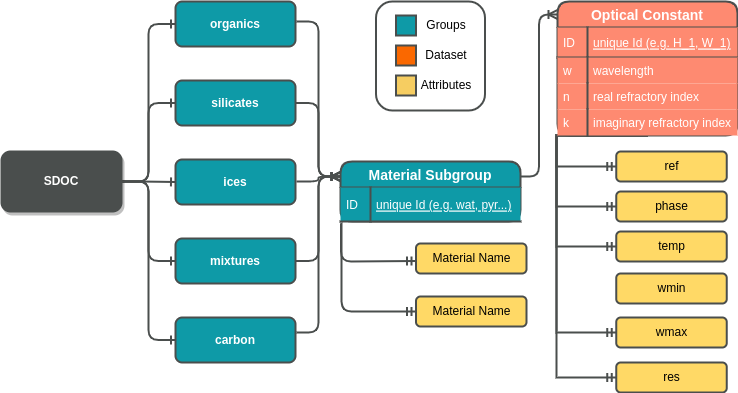
This is docs/images/sdoc.png from cana-asteroids/sdoc, a draw.io export, as it was before one commit. Source tidied: cells renumbered, new cells last; positions are measured from the earlier drawing's top-left corner, leaving out a move shared by most shapes.
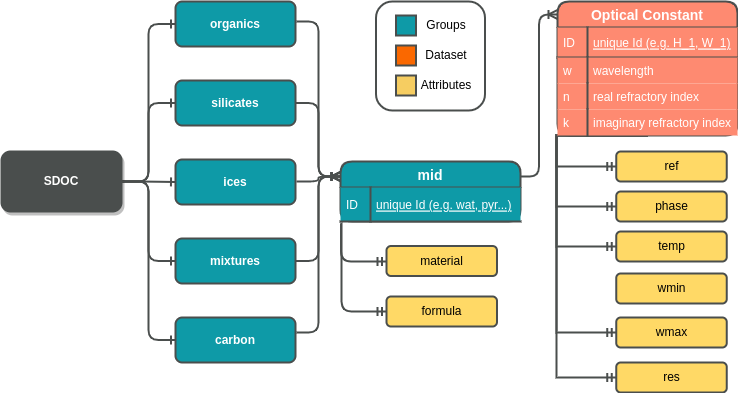
Later version of the same file.

What changed in the source:
```diff
@@ -69,7 +69,7 @@
         </Array>
       </mxGeometry>
     </mxCell>
-    <mxCell id="21" value="Material Subgroup" style="swimlane;fontStyle=1;horizontal=1;startSize=26;align=center;fontSize=14;fillColor=#0E9AA7;strokeColor=#4A4E4D;fontColor=#ffffff;rounded=1;strokeWidth=2;" parent="1" vertex="1">
+    <mxCell id="21" value="mid" style="swimlane;fontStyle=1;horizontal=1;startSize=26;align=center;fontSize=14;fillColor=#0E9AA7;strokeColor=#4A4E4D;fontColor=#ffffff;rounded=1;strokeWidth=2;" parent="1" vertex="1">
       <mxGeometry x="339" y="160" width="180" height="60" as="geometry" />
     </mxCell>
     <mxCell id="22" value="unique Id (e.g. wat, pyr...)" style="shape=partialRectangle;top=0;left=0;right=0;bottom=1;align=left;verticalAlign=middle;fillColor=#0e9aa7;spacingLeft=34;spacingRight=4;overflow=hidden;points=[[0,0.5],[1,0.5]];portConstraint=eastwest;fontStyle=4;fontSize=12;strokeColor=#4A4E4D;shadow=0;perimeterSpacing=0;strokeWidth=2;fontColor=#FFFFFF;" parent="21" vertex="1">
@@ -147,29 +147,29 @@
     <mxCell id="41" style="edgeStyle=elbowEdgeStyle;rounded=1;jettySize=auto;html=1;entryX=0;entryY=0.5;entryDx=0;entryDy=0;endArrow=ERone;endFill=0;strokeColor=#4A4E4D;strokeWidth=2;exitX=1;exitY=0.5;exitDx=0;exitDy=0;" parent="1" edge="1" source="7" target="38">
       <mxGeometry relative="1" as="geometry" />
     </mxCell>
-    <mxCell id="42" style="edgeStyle=elbowEdgeStyle;fontSize=12;html=1;endArrow=none;startArrow=ERmandOne;exitX=0;exitY=0.5;exitDx=0;exitDy=0;elbow=vertical;endFill=0;startFill=0;strokeColor=#4A4E4D;strokeWidth=2;entryX=0.006;entryY=1.029;entryDx=0;entryDy=0;entryPerimeter=0;" parent="1" edge="1" target="22">
+    <mxCell id="42" style="edgeStyle=elbowEdgeStyle;fontSize=12;html=1;endArrow=none;startArrow=ERmandOne;elbow=vertical;endFill=0;startFill=0;strokeColor=#4A4E4D;strokeWidth=2;entryX=0.006;entryY=1.029;entryDx=0;entryDy=0;entryPerimeter=0;" parent="1" edge="1" target="22">
       <mxGeometry relative="1" as="geometry">
-        <mxPoint x="414.5" y="310" as="sourcePoint" />
+        <mxPoint x="385" y="310" as="sourcePoint" />
         <Array as="points">
           <mxPoint x="375" y="310" />
           <mxPoint x="385" y="270" />
         </Array>
       </mxGeometry>
     </mxCell>
-    <mxCell id="43" style="edgeStyle=elbowEdgeStyle;fontSize=12;html=1;endArrow=none;startArrow=ERmandOne;exitX=0;exitY=0.5;exitDx=0;exitDy=0;elbow=vertical;endFill=0;startFill=0;strokeColor=#4A4E4D;strokeWidth=2;entryX=0.003;entryY=1.059;entryDx=0;entryDy=0;entryPerimeter=0;" parent="1" edge="1" target="22">
+    <mxCell id="43" style="edgeStyle=elbowEdgeStyle;fontSize=12;html=1;endArrow=none;startArrow=ERmandOne;elbow=vertical;endFill=0;startFill=0;strokeColor=#4A4E4D;strokeWidth=2;entryX=0.003;entryY=1.059;entryDx=0;entryDy=0;entryPerimeter=0;" parent="1" edge="1" target="22">
       <mxGeometry relative="1" as="geometry">
-        <mxPoint x="414.5" y="259.5" as="sourcePoint" />
+        <mxPoint x="385" y="260" as="sourcePoint" />
         <Array as="points">
           <mxPoint x="365" y="260" />
           <mxPoint x="395" y="280" />
         </Array>
       </mxGeometry>
     </mxCell>
-    <mxCell id="44" value="Material Name" style="rounded=1;whiteSpace=wrap;html=1;strokeWidth=2;strokeColor=#4A4E4D;fillColor=#FFD966;" parent="1" vertex="1">
-      <mxGeometry x="414.5" y="242" width="110.5" height="30" as="geometry" />
+    <mxCell id="44" value="material" style="rounded=1;whiteSpace=wrap;html=1;strokeWidth=2;strokeColor=#4A4E4D;fillColor=#FFD966;" parent="1" vertex="1">
+      <mxGeometry x="385" y="244.5" width="110.5" height="30" as="geometry" />
     </mxCell>
-    <mxCell id="45" value="Material Name" style="rounded=1;whiteSpace=wrap;html=1;strokeWidth=2;strokeColor=#4A4E4D;fillColor=#FFD966;" parent="1" vertex="1">
-      <mxGeometry x="414.5" y="295" width="110.5" height="30" as="geometry" />
+    <mxCell id="45" value="formula" style="rounded=1;whiteSpace=wrap;html=1;strokeWidth=2;strokeColor=#4A4E4D;fillColor=#FFD966;" parent="1" vertex="1">
+      <mxGeometry x="385" y="295" width="110.5" height="30" as="geometry" />
     </mxCell>
     <mxCell id="46" value="ref" style="rounded=1;whiteSpace=wrap;html=1;strokeWidth=2;strokeColor=#4A4E4D;fillColor=#FFD966;" parent="1" vertex="1">
       <mxGeometry x="614.8" y="150" width="110.5" height="30" as="geometry" />
```
